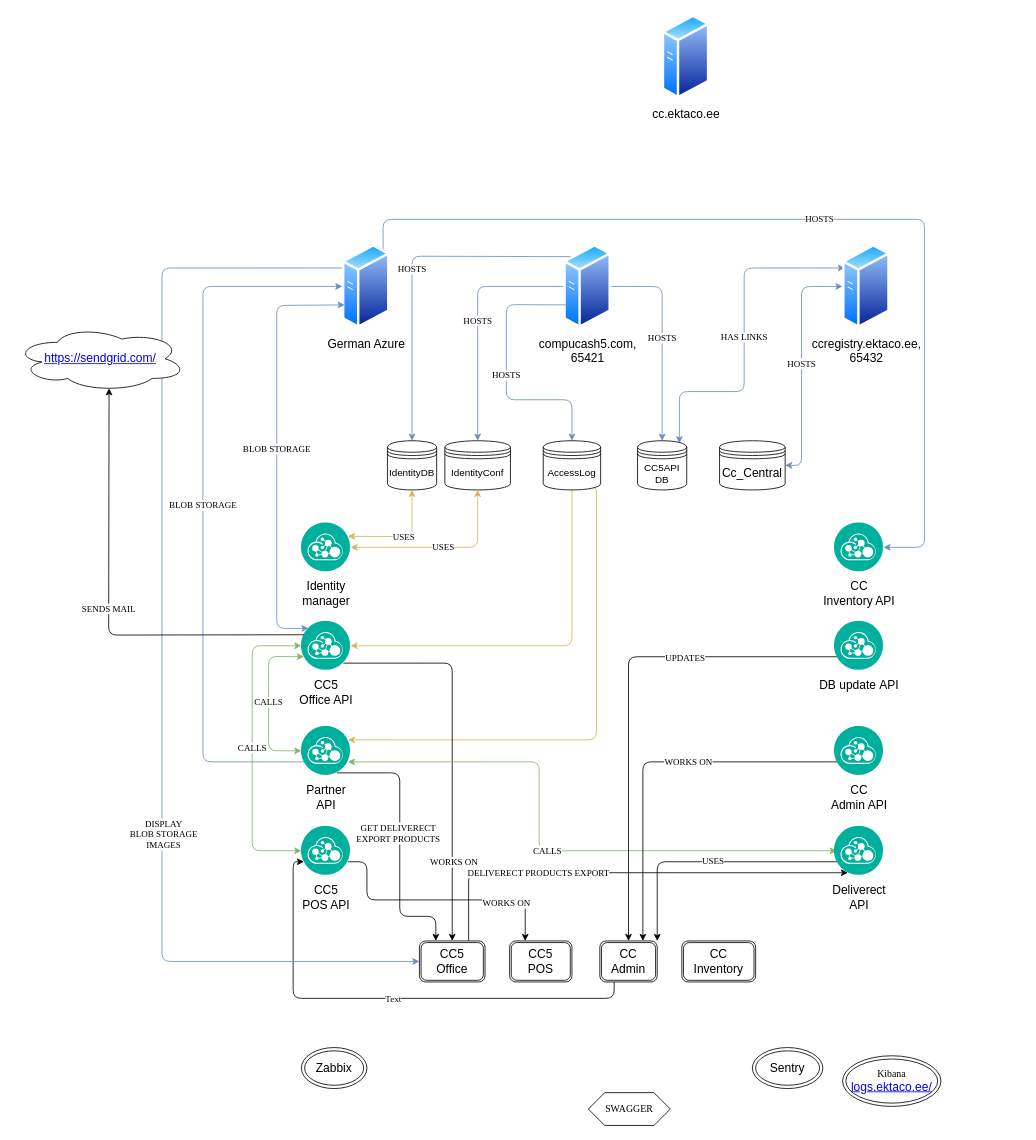
The draw.io diagram Untitled Diagram.drawio in johanreili/CompuCash-API, before the edit. Source tidied: cells renumbered, new cells numbered last; positions are measured from the earlier drawing's top-left corner, leaving out a move shared by most shapes. Both pictures are drawn from the tidied source at 82%, with x=0, y=0 at pixel (14, 14).
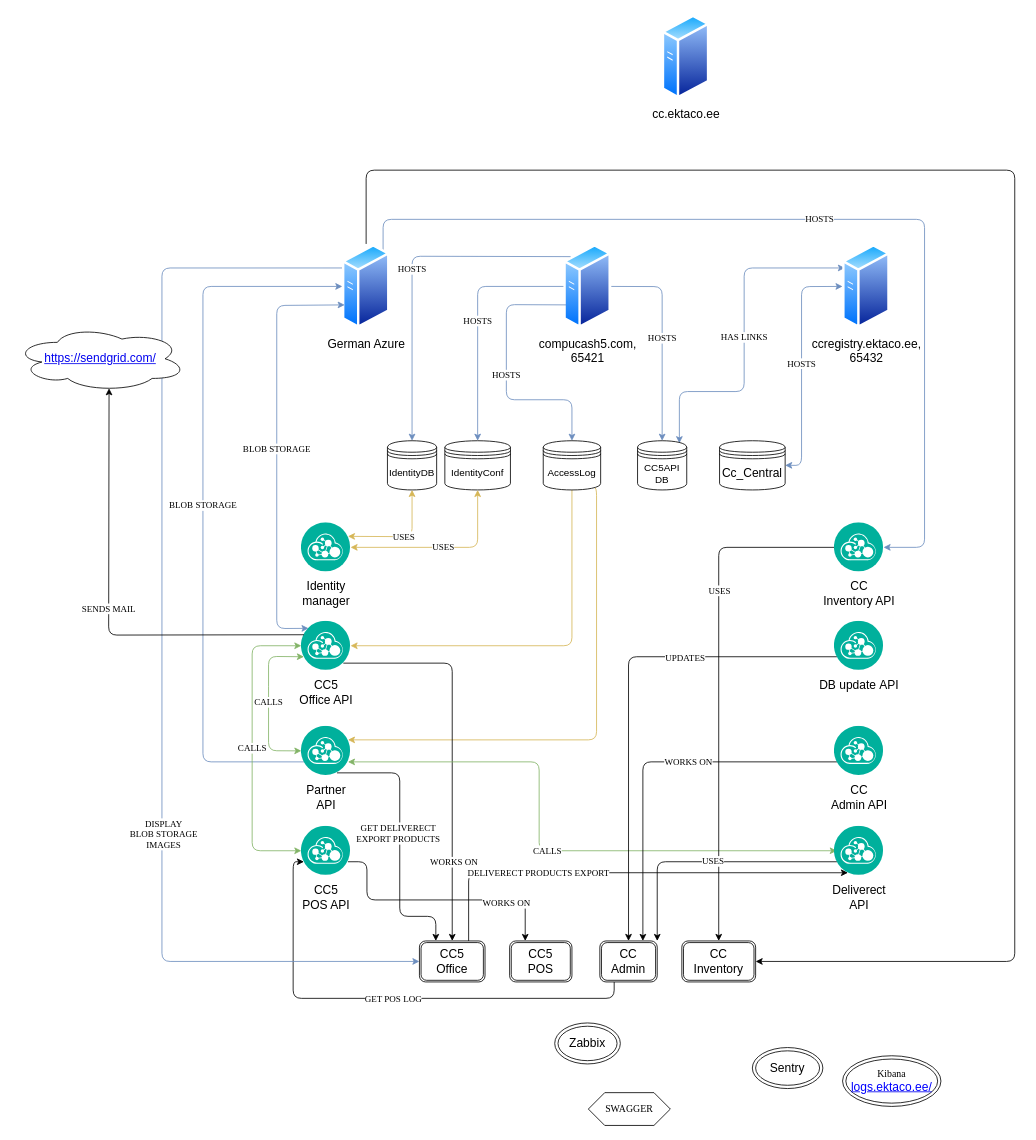
After the change.

Unchanged cells that the change refers to:
```xml
<mxCell id="25" value="&lt;span style=&quot;font-size: 11.0pt ; font-family: &amp;#34;calibri&amp;#34; , sans-serif&quot;&gt;&lt;font color=&quot;#000000&quot;&gt;CC&lt;br/&gt;Inventory API&lt;/font&gt;&lt;/span&gt;" style="perimeter=ellipsePerimeter;html=1;align=center;shadow=0;dashed=0;fontColor=#4277BB;labelBackgroundColor=#ffffff;fontSize=12;spacingTop=3;image;image=img/lib/ibm/management/api_management.svg;" parent="1" vertex="1">
  <mxGeometry x="1000" y="620" width="60" height="60" as="geometry" />
</mxCell>
<mxCell id="32" style="edgeStyle=orthogonalEdgeStyle;rounded=1;jettySize=auto;html=1;exitX=0.25;exitY=1;exitDx=0;exitDy=0;entryX=0;entryY=0.75;entryDx=0;entryDy=0;startArrow=none;startFill=0;endArrow=classic;endFill=1;fontFamily=Times New Roman;" parent="1" edge="1" source="34" target="50">
  <mxGeometry relative="1" as="geometry">
    <Array as="points">
      <mxPoint x="732" y="1200" />
      <mxPoint x="340" y="1200" />
      <mxPoint x="340" y="1033" />
    </Array>
  </mxGeometry>
</mxCell>
<mxCell id="35" value="&lt;span style=&quot;font-size: 11.0pt ; font-family: &amp;#34;calibri&amp;#34; , sans-serif&quot;&gt;CC&lt;br/&gt;Inventory&lt;/span&gt;" style="shape=ext;double=1;rounded=1;whiteSpace=wrap;html=1;fontFamily=Times New Roman;" parent="1" vertex="1">
  <mxGeometry x="814" y="1130" width="90" height="50" as="geometry" />
</mxCell>
<mxCell id="47" value="&lt;font face=&quot;calibri, sans-serif&quot;&gt;&lt;span style=&quot;font-size: 14.6667px&quot;&gt;German Azure&lt;/span&gt;&lt;/font&gt;" style="perimeter=ellipsePerimeter;html=1;align=center;shadow=0;dashed=0;spacingTop=3;image;image=img/lib/active_directory/generic_server.svg;fontFamily=Times New Roman;" parent="1" vertex="1">
  <mxGeometry x="400" y="280" width="58" height="103.6" as="geometry" />
</mxCell>
```

What changed in the source:
```diff
@@
+    <mxCell id="62" style="edgeStyle=orthogonalEdgeStyle;rounded=1;jettySize=auto;html=1;exitX=0;exitY=0.5;exitDx=0;exitDy=0;startArrow=none;startFill=0;endArrow=classic;endFill=1;fontFamily=Times New Roman;" parent="1" edge="1" source="25" target="35">
+      <mxGeometry relative="1" as="geometry" />
+    </mxCell>
+    <mxCell id="63" value="USES" style="edgeLabel;html=1;align=center;verticalAlign=middle;fontFamily=Times New Roman;" parent="62" vertex="1">
+      <mxGeometry x="-0.38" relative="1" as="geometry" />
+    </mxCell>
@@
-    <mxCell id="33" value="Text" style="edgeLabel;html=1;align=center;verticalAlign=middle;fontFamily=Times New Roman;" parent="32" vertex="1">
+    <mxCell id="33" value="GET POS LOG" style="edgeLabel;html=1;align=center;verticalAlign=middle;fontFamily=Times New Roman;" parent="32" vertex="1">
       <mxGeometry x="-0.02" relative="1" as="geometry" />
     </mxCell>
@@
+    <mxCell id="64" style="edgeStyle=orthogonalEdgeStyle;rounded=1;jettySize=auto;html=1;exitX=1;exitY=0.5;exitDx=0;exitDy=0;startArrow=classic;startFill=1;endArrow=none;endFill=0;fontFamily=Times New Roman;entryX=0.5;entryY=0;entryDx=0;entryDy=0;" parent="1" edge="1" source="35" target="47">
+      <mxGeometry relative="1" as="geometry">
+        <Array as="points">
+          <mxPoint x="1220" y="1155" />
+          <mxPoint x="1220" y="190" />
+          <mxPoint x="429" y="190" />
+        </Array>
+      </mxGeometry>
+    </mxCell>
@@
     <mxCell id="36" value="&lt;span style=&quot;font-size: 11.0pt ; font-family: &amp;#34;calibri&amp;#34; , sans-serif&quot;&gt;Zabbix&lt;/span&gt;" style="ellipse;shape=doubleEllipse;whiteSpace=wrap;html=1;fontFamily=Times New Roman;" parent="1" vertex="1">
-      <mxGeometry x="350" y="1260" width="80" height="50" as="geometry" />
+      <mxGeometry x="659" y="1230" width="80" height="50" as="geometry" />
     </mxCell>
```
